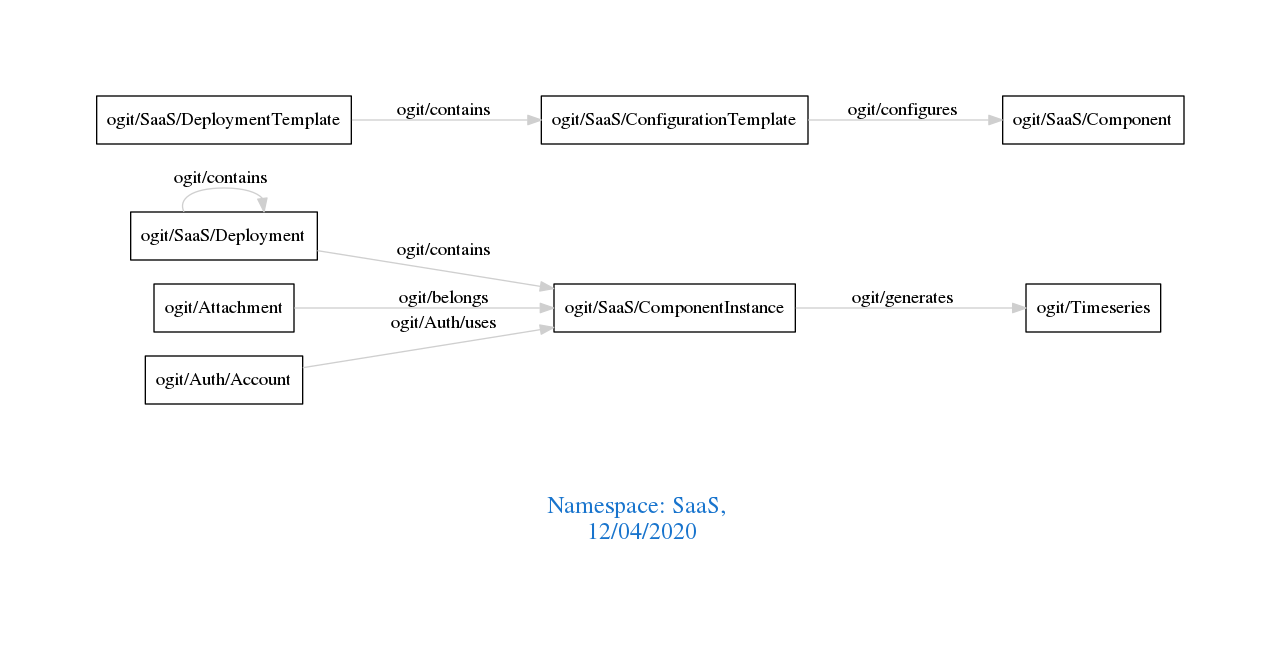
arago/OGIT keeps this Graphviz diagram as downloads/SaaS.png. Above is the earlier version. Its source is kept beside it as downloads/SaaS.dot.
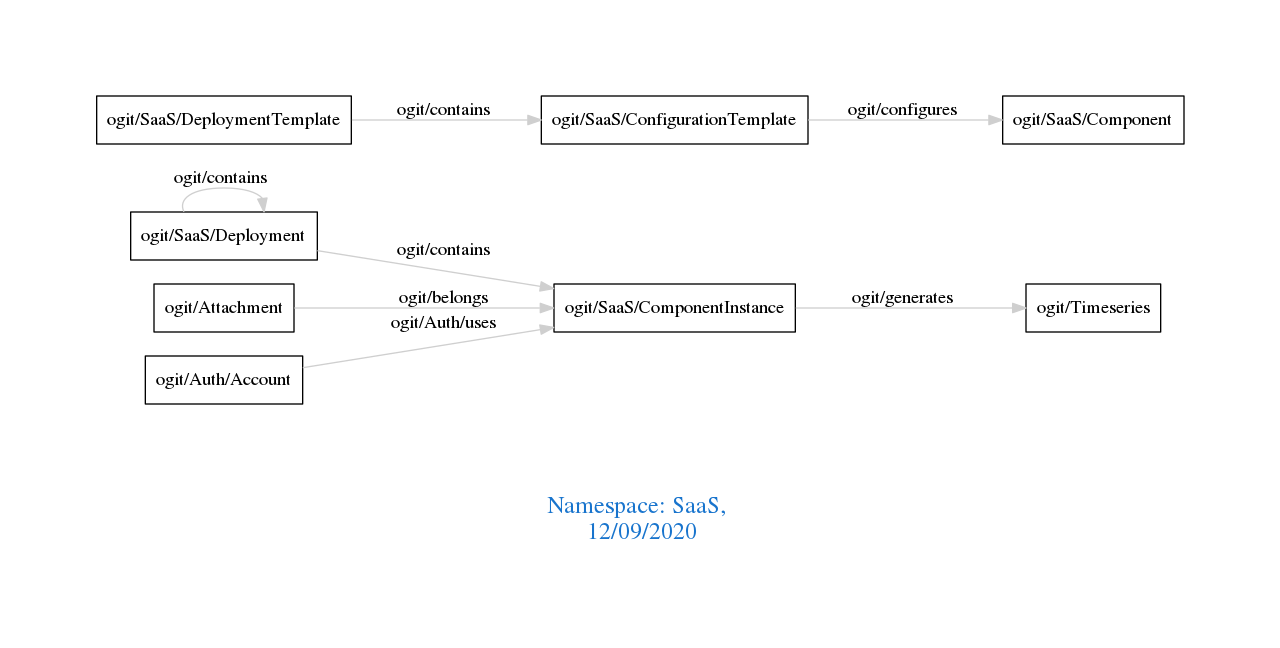
Above is the later version.

The edit, as a diff of the source:
```diff
@@ -1,7 +1,7 @@
 digraph OGIT_ontology {
  graph [ rankdir= LR,pad=1
 fontsize = 18,
-fontcolor= dodgerblue3,label = "\n\n\nNamespace: SaaS, \n 12/04/2020"];
+fontcolor= dodgerblue3,label = "\n\n\nNamespace: SaaS, \n 12/09/2020"];
 node[shape=polygon];
 edge [  color="gray81"];
 
```
